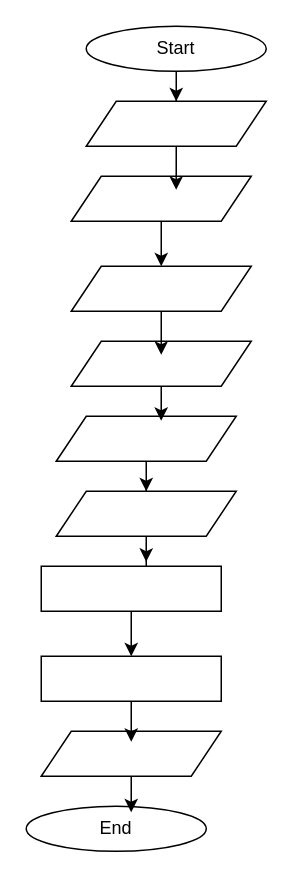
The draw.io diagram TemperatureDiagram.drawio in FoxAbdelaziz/FolderDiagrams, before the edit. Source tidied: cells renumbered, new cells numbered last; positions are measured from the earlier drawing's top-left corner, leaving out a move shared by most shapes. Both pictures are drawn from the tidied source at 150%, with x=0, y=0 at pixel (26, 26).
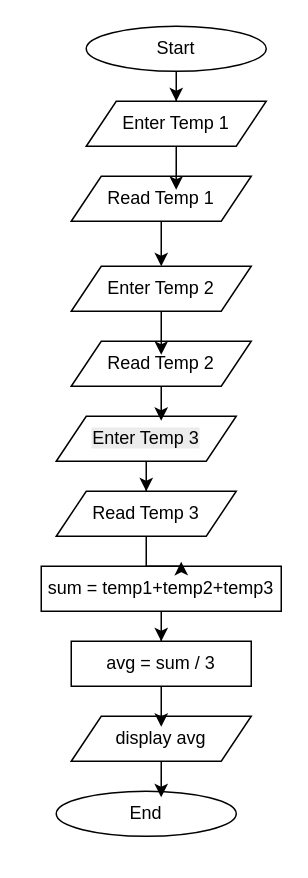
The same diagram, later.

Change to the diagram source:
```diff
@@
     <mxCell id="4" value="End" style="ellipse;whiteSpace=wrap;html=1;" parent="1" vertex="1">
-      <mxGeometry y="520" width="120" height="30" as="geometry" />
+      <mxGeometry x="20" y="510" width="120" height="30" as="geometry" />
     </mxCell>
@@
-    <mxCell id="6" style="rounded=0;whiteSpace=wrap;html=1;" parent="1" vertex="1">
-      <mxGeometry x="10" y="360" width="120" height="30" as="geometry" />
+    <mxCell id="6" value="sum = temp1+temp2+temp3" style="rounded=0;whiteSpace=wrap;html=1;" parent="1" vertex="1">
+      <mxGeometry x="10" y="360" width="160" height="30" as="geometry" />
     </mxCell>
-    <mxCell id="7" style="shape=parallelogram;perimeter=parallelogramPerimeter;whiteSpace=wrap;html=1;fixedSize=1;" parent="1" vertex="1">
+    <mxCell id="7" value="Enter Temp 1" style="shape=parallelogram;perimeter=parallelogramPerimeter;whiteSpace=wrap;html=1;fixedSize=1;" parent="1" vertex="1">
       <mxGeometry x="40" y="50" width="120" height="30" as="geometry" />
     </mxCell>
@@
-    <mxCell id="9" style="shape=parallelogram;perimeter=parallelogramPerimeter;whiteSpace=wrap;html=1;fixedSize=1;" parent="1" vertex="1">
+    <mxCell id="9" value="Read Temp 1" style="shape=parallelogram;perimeter=parallelogramPerimeter;whiteSpace=wrap;html=1;fixedSize=1;" parent="1" vertex="1">
       <mxGeometry x="30" y="100" width="120" height="30" as="geometry" />
     </mxCell>
@@
-    <mxCell id="11" style="shape=parallelogram;perimeter=parallelogramPerimeter;whiteSpace=wrap;html=1;fixedSize=1;" parent="1" vertex="1">
+    <mxCell id="11" value="Enter Temp 2" style="shape=parallelogram;perimeter=parallelogramPerimeter;whiteSpace=wrap;html=1;fixedSize=1;" parent="1" vertex="1">
       <mxGeometry x="30" y="160" width="120" height="30" as="geometry" />
     </mxCell>
-    <mxCell id="12" style="shape=parallelogram;perimeter=parallelogramPerimeter;whiteSpace=wrap;html=1;fixedSize=1;" parent="1" vertex="1">
+    <mxCell id="12" value="Read Temp 2" style="shape=parallelogram;perimeter=parallelogramPerimeter;whiteSpace=wrap;html=1;fixedSize=1;" parent="1" vertex="1">
       <mxGeometry x="30" y="210" width="120" height="30" as="geometry" />
     </mxCell>
@@
-    <mxCell id="15" style="shape=parallelogram;perimeter=parallelogramPerimeter;whiteSpace=wrap;html=1;fixedSize=1;" parent="1" vertex="1">
+    <mxCell id="15" value="&lt;br&gt;&lt;span style=&quot;color: rgb(0, 0, 0); font-family: Helvetica; font-size: 12px; font-style: normal; font-variant-ligatures: normal; font-variant-caps: normal; font-weight: 400; letter-spacing: normal; orphans: 2; text-align: center; text-indent: 0px; text-transform: none; widows: 2; word-spacing: 0px; -webkit-text-stroke-width: 0px; white-space: normal; background-color: rgb(236, 236, 236); text-decoration-thickness: initial; text-decoration-style: initial; text-decoration-color: initial; float: none; display: inline !important;&quot;&gt;Enter Temp 3&lt;/span&gt;&lt;br&gt;&lt;div&gt;&lt;span style=&quot;color: rgb(0, 0, 0); font-family: Helvetica; font-size: 12px; font-style: normal; font-variant-ligatures: normal; font-variant-caps: normal; font-weight: 400; letter-spacing: normal; orphans: 2; text-align: center; text-indent: 0px; text-transform: none; widows: 2; word-spacing: 0px; -webkit-text-stroke-width: 0px; white-space: normal; background-color: rgb(236, 236, 236); text-decoration-thickness: initial; text-decoration-style: initial; text-decoration-color: initial; float: none; display: inline !important;&quot;&gt;&lt;br&gt;&lt;/span&gt;&lt;/div&gt;" style="shape=parallelogram;perimeter=parallelogramPerimeter;whiteSpace=wrap;html=1;fixedSize=1;" parent="1" vertex="1">
       <mxGeometry x="20" y="260" width="120" height="30" as="geometry" />
     </mxCell>
-    <mxCell id="16" style="shape=parallelogram;perimeter=parallelogramPerimeter;whiteSpace=wrap;html=1;fixedSize=1;" parent="1" vertex="1">
+    <mxCell id="16" value="Read Temp 3" style="shape=parallelogram;perimeter=parallelogramPerimeter;whiteSpace=wrap;html=1;fixedSize=1;" parent="1" vertex="1">
       <mxGeometry x="20" y="310" width="120" height="30" as="geometry" />
     </mxCell>
@@
-    <mxCell id="19" style="rounded=0;whiteSpace=wrap;html=1;" parent="1" vertex="1">
-      <mxGeometry x="10" y="420" width="120" height="30" as="geometry" />
+    <mxCell id="19" value="avg = sum / 3" style="rounded=0;whiteSpace=wrap;html=1;" parent="1" vertex="1">
+      <mxGeometry x="30" y="410" width="120" height="30" as="geometry" />
     </mxCell>
-    <mxCell id="20" style="shape=parallelogram;perimeter=parallelogramPerimeter;whiteSpace=wrap;html=1;fixedSize=1;" parent="1" vertex="1">
-      <mxGeometry x="10" y="470" width="120" height="30" as="geometry" />
+    <mxCell id="20" value="display avg" style="shape=parallelogram;perimeter=parallelogramPerimeter;whiteSpace=wrap;html=1;fixedSize=1;" parent="1" vertex="1">
+      <mxGeometry x="30" y="460" width="120" height="30" as="geometry" />
     </mxCell>
```
